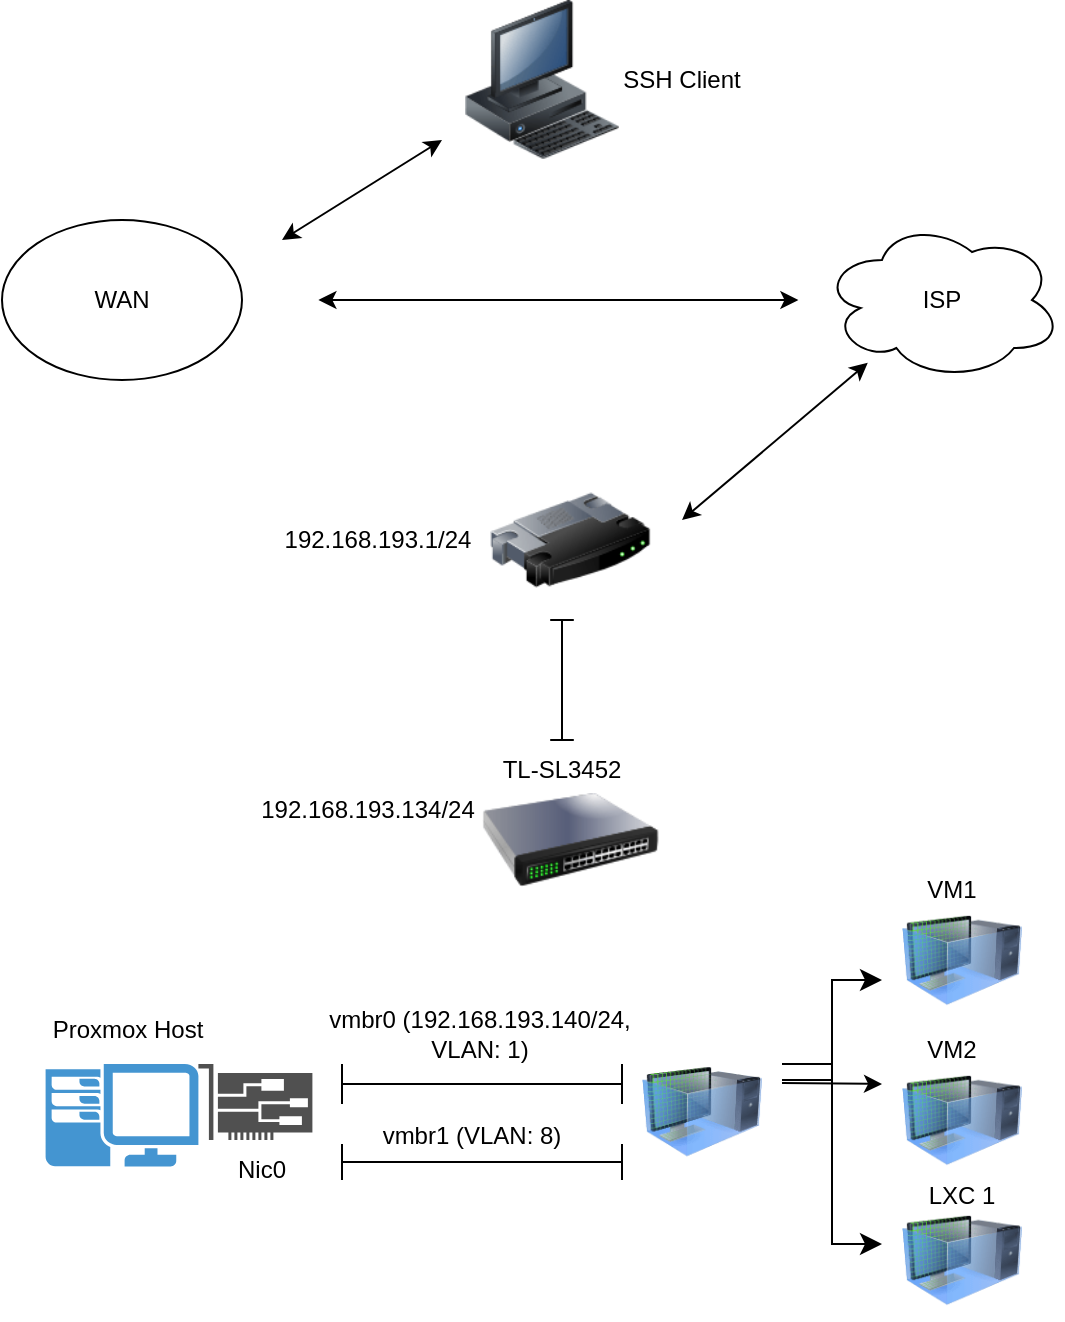
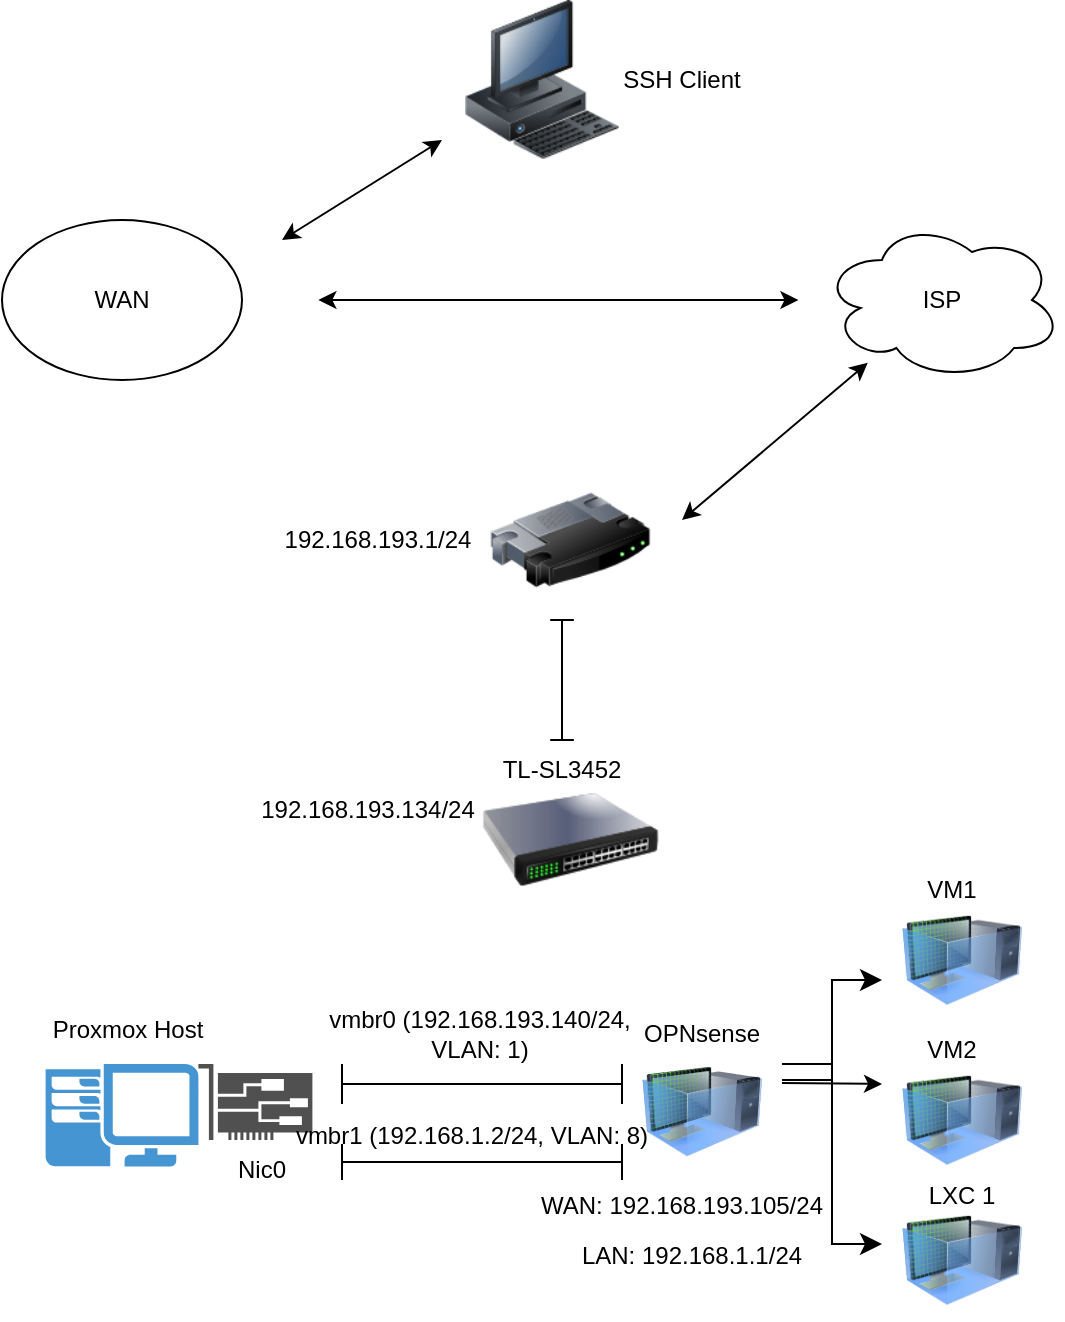
<mxfile host="app.diagrams.net">
  <diagram name="Page-1" id="zP4Ow8HyOkAsxJrq0pA5">
    <mxGraphModel dx="2054" dy="1183" grid="1" gridSize="10" guides="1" tooltips="1" connect="1" arrows="1" fold="1" page="1" pageScale="1" pageWidth="850" pageHeight="1100" math="0" shadow="0">
      <root>
        <mxCell id="0" />
        <mxCell id="1" parent="0" />
        <mxCell id="B65suDjGjgTJ9sO3S6Rg-1" parent="1" style="ellipse;whiteSpace=wrap;html=1;" value="WAN" vertex="1">
          <mxGeometry height="80" width="120" x="90" y="120" as="geometry" />
        </mxCell>
        <mxCell id="B65suDjGjgTJ9sO3S6Rg-2" parent="1" style="ellipse;shape=cloud;whiteSpace=wrap;html=1;" value="ISP" vertex="1">
          <mxGeometry height="80" width="120" x="500" y="120" as="geometry" />
        </mxCell>
        <mxCell id="B65suDjGjgTJ9sO3S6Rg-4" edge="1" parent="1" style="endArrow=classic;html=1;rounded=0;endFill=1;startArrow=classic;startFill=1;" value="">
          <mxGeometry height="50" relative="1" width="50" as="geometry">
            <mxPoint x="248.2" y="160" as="sourcePoint" />
            <mxPoint x="488.2" y="160" as="targetPoint" />
          </mxGeometry>
        </mxCell>
        <mxCell id="B65suDjGjgTJ9sO3S6Rg-5" parent="1" style="image;html=1;image=img/lib/clip_art/computers/Workstation_128x128.png" value="" vertex="1">
          <mxGeometry height="80" width="80" x="320" y="10" as="geometry" />
        </mxCell>
        <mxCell id="B65suDjGjgTJ9sO3S6Rg-6" parent="1" style="image;html=1;image=img/lib/clip_art/networking/Router_128x128.png" value="" vertex="1">
          <mxGeometry height="80" width="80" x="334.09999999999997" y="240" as="geometry" />
        </mxCell>
        <mxCell id="B65suDjGjgTJ9sO3S6Rg-7" parent="1" style="image;html=1;image=img/lib/clip_art/networking/Switch_128x128.png" value="" vertex="1">
          <mxGeometry height="80" width="88.2" x="330" y="390" as="geometry" />
        </mxCell>
        <mxCell id="B65suDjGjgTJ9sO3S6Rg-8" parent="1" style="pointerEvents=1;shadow=0;dashed=0;html=1;strokeColor=none;fillColor=#4495D1;labelPosition=center;verticalLabelPosition=bottom;verticalAlign=top;align=center;outlineConnect=0;shape=mxgraph.veeam.2d.workstation;" value="" vertex="1">
          <mxGeometry height="51.2" width="76.4" x="111.80000000000001" y="542" as="geometry" />
        </mxCell>
        <mxCell id="B65suDjGjgTJ9sO3S6Rg-9" parent="1" style="sketch=0;pointerEvents=1;shadow=0;dashed=0;html=1;strokeColor=none;fillColor=#505050;labelPosition=center;verticalLabelPosition=bottom;verticalAlign=top;outlineConnect=0;align=center;shape=mxgraph.office.devices.nic;" value="" vertex="1">
          <mxGeometry height="38" width="57" x="188.2" y="542" as="geometry" />
        </mxCell>
        <mxCell id="PM2nW5d5bkd0yUUsg2_K-1" parent="1" style="image;html=1;image=img/lib/clip_art/computers/Virtual_Machine_128x128.png" value="" vertex="1">
          <mxGeometry height="65" width="60" x="410" y="533.2" as="geometry" />
        </mxCell>
        <mxCell id="PM2nW5d5bkd0yUUsg2_K-2" parent="1" style="image;html=1;image=img/lib/clip_art/computers/Virtual_Machine_128x128.png" value="" vertex="1">
          <mxGeometry height="60" width="60" x="540" y="460" as="geometry" />
        </mxCell>
        <mxCell id="PM2nW5d5bkd0yUUsg2_K-3" parent="1" style="image;html=1;image=img/lib/clip_art/computers/Virtual_Machine_128x128.png" value="" vertex="1">
          <mxGeometry height="60" width="60" x="540" y="540" as="geometry" />
        </mxCell>
        <mxCell id="PM2nW5d5bkd0yUUsg2_K-4" parent="1" style="image;html=1;image=img/lib/clip_art/computers/Virtual_Machine_128x128.png" value="" vertex="1">
          <mxGeometry height="60" width="60" x="540" y="610" as="geometry" />
        </mxCell>
        <mxCell id="PM2nW5d5bkd0yUUsg2_K-5" parent="1" style="text;html=1;whiteSpace=wrap;strokeColor=none;fillColor=none;align=center;verticalAlign=middle;rounded=0;autosize=1;resizable=0;" value="TL-SL3452" vertex="1">
          <mxGeometry height="30" width="80" x="330" y="380" as="geometry" />
        </mxCell>
        <mxCell id="PM2nW5d5bkd0yUUsg2_K-6" parent="1" style="text;html=1;whiteSpace=wrap;strokeColor=none;fillColor=none;align=center;verticalAlign=middle;rounded=0;autosize=1;resizable=0;" value="192.168.193.134/24" vertex="1">
          <mxGeometry height="30" width="130" x="208.2" y="400" as="geometry" />
        </mxCell>
        <mxCell id="PM2nW5d5bkd0yUUsg2_K-7" parent="1" style="text;html=1;whiteSpace=wrap;strokeColor=none;fillColor=none;align=center;verticalAlign=middle;rounded=0;autosize=1;resizable=0;" value="Proxmox Host" vertex="1">
          <mxGeometry height="30" width="100" x="103.4" y="510" as="geometry" />
        </mxCell>
        <mxCell id="PM2nW5d5bkd0yUUsg2_K-8" edge="1" parent="1" style="endArrow=classic;html=1;rounded=0;endFill=1;startArrow=classic;startFill=1;" target="B65suDjGjgTJ9sO3S6Rg-2" value="">
          <mxGeometry height="50" relative="1" width="50" as="geometry">
            <mxPoint x="430" y="270" as="sourcePoint" />
            <mxPoint x="710" y="260" as="targetPoint" />
          </mxGeometry>
        </mxCell>
        <mxCell id="PM2nW5d5bkd0yUUsg2_K-9" parent="1" style="text;html=1;whiteSpace=wrap;strokeColor=none;fillColor=none;align=center;verticalAlign=middle;rounded=0;autosize=1;resizable=0;" value="192.168.193.1/24" vertex="1">
          <mxGeometry height="30" width="120" x="218.2" y="265" as="geometry" />
        </mxCell>
        <mxCell id="PM2nW5d5bkd0yUUsg2_K-10" parent="1" style="shape=crossbar;whiteSpace=wrap;html=1;rounded=1;direction=south;" value="" vertex="1">
          <mxGeometry height="60" width="11.8" x="364.09999999999997" y="320" as="geometry" />
        </mxCell>
        <mxCell id="PM2nW5d5bkd0yUUsg2_K-13" parent="1" style="shape=crossbar;whiteSpace=wrap;html=1;rounded=1;" value="" vertex="1">
          <mxGeometry height="20" width="140" x="260" y="542" as="geometry" />
        </mxCell>
        <mxCell id="PM2nW5d5bkd0yUUsg2_K-14" parent="1" style="shape=crossbar;whiteSpace=wrap;html=1;rounded=1;" value="" vertex="1">
          <mxGeometry height="18" width="140" x="260" y="582" as="geometry" />
        </mxCell>
        <mxCell id="PM2nW5d5bkd0yUUsg2_K-15" parent="1" style="text;html=1;whiteSpace=wrap;strokeColor=none;fillColor=none;align=center;verticalAlign=middle;rounded=0;autosize=1;resizable=0;" value="vmbr0 (192.168.193.140/24,&lt;br&gt;VLAN: 1)" vertex="1">
          <mxGeometry height="40" width="170" x="244.10000000000002" y="507" as="geometry" />
        </mxCell>
-         <mxCell id="PM2nW5d5bkd0yUUsg2_K-16" parent="1" style="text;html=1;whiteSpace=wrap;strokeColor=none;fillColor=none;align=center;verticalAlign=middle;rounded=0;autosize=1;resizable=0;" value="vmbr1 (VLAN: 8)" vertex="1">
-           <mxGeometry height="30" width="110" x="270.1" y="563.2" as="geometry" />
+         <mxCell id="PM2nW5d5bkd0yUUsg2_K-16" parent="1" style="text;html=1;whiteSpace=wrap;strokeColor=none;fillColor=none;align=center;verticalAlign=middle;rounded=0;autosize=1;resizable=0;" value="vmbr1 (192.168.1.2/24, VLAN: 8)" vertex="1">
+           <mxGeometry height="30" width="200" x="225.10000000000002" y="563.2" as="geometry" />
        </mxCell>
        <mxCell id="PM2nW5d5bkd0yUUsg2_K-17" parent="1" style="text;html=1;whiteSpace=wrap;strokeColor=none;fillColor=none;align=center;verticalAlign=middle;rounded=0;autosize=1;resizable=0;" value="Nic0" vertex="1">
          <mxGeometry height="30" width="50" x="195.20000000000002" y="580" as="geometry" />
        </mxCell>
        <mxCell id="PM2nW5d5bkd0yUUsg2_K-19" edge="1" parent="1" style="edgeStyle=elbowEdgeStyle;elbow=horizontal;endArrow=classic;html=1;curved=0;rounded=0;endSize=8;startSize=8;" value="">
          <mxGeometry height="50" relative="1" width="50" as="geometry">
            <Array as="points">
              <mxPoint x="505" y="542" />
            </Array>
            <mxPoint x="480" y="550" as="sourcePoint" />
            <mxPoint x="530" y="500" as="targetPoint" />
          </mxGeometry>
        </mxCell>
        <mxCell id="PM2nW5d5bkd0yUUsg2_K-21" edge="1" parent="1" style="endArrow=classic;html=1;rounded=0;" value="">
          <mxGeometry height="50" relative="1" width="50" as="geometry">
            <mxPoint x="480" y="551.5" as="sourcePoint" />
            <mxPoint x="530" y="552" as="targetPoint" />
          </mxGeometry>
        </mxCell>
        <mxCell id="PM2nW5d5bkd0yUUsg2_K-22" edge="1" parent="1" style="edgeStyle=elbowEdgeStyle;elbow=horizontal;endArrow=classic;html=1;curved=0;rounded=0;endSize=8;startSize=8;" value="">
          <mxGeometry height="50" relative="1" width="50" as="geometry">
            <Array as="points" />
            <mxPoint x="480" y="542" as="sourcePoint" />
            <mxPoint x="530" y="632" as="targetPoint" />
          </mxGeometry>
        </mxCell>
        <mxCell id="PM2nW5d5bkd0yUUsg2_K-24" parent="1" style="text;html=1;whiteSpace=wrap;strokeColor=none;fillColor=none;align=center;verticalAlign=middle;rounded=0;autosize=1;resizable=0;" value="VM1" vertex="1">
          <mxGeometry height="30" width="50" x="540" y="440" as="geometry" />
        </mxCell>
        <mxCell id="PM2nW5d5bkd0yUUsg2_K-26" parent="1" style="text;html=1;whiteSpace=wrap;strokeColor=none;fillColor=none;align=center;verticalAlign=middle;rounded=0;autosize=1;resizable=0;" value="LXC 1" vertex="1">
          <mxGeometry height="30" width="60" x="540" y="593.2" as="geometry" />
        </mxCell>
        <mxCell id="PM2nW5d5bkd0yUUsg2_K-27" parent="1" style="text;html=1;whiteSpace=wrap;strokeColor=none;fillColor=none;align=center;verticalAlign=middle;rounded=0;autosize=1;resizable=0;" value="VM2" vertex="1">
          <mxGeometry height="30" width="50" x="540" y="520" as="geometry" />
        </mxCell>
        <mxCell id="PM2nW5d5bkd0yUUsg2_K-28" parent="1" style="text;html=1;whiteSpace=wrap;strokeColor=none;fillColor=none;align=center;verticalAlign=middle;rounded=0;autosize=1;resizable=0;" value="SSH Client" vertex="1">
          <mxGeometry height="30" width="80" x="390" y="35" as="geometry" />
        </mxCell>
        <mxCell id="PM2nW5d5bkd0yUUsg2_K-30" edge="1" parent="1" style="endArrow=classic;startArrow=classic;html=1;rounded=0;" value="">
          <mxGeometry height="50" relative="1" width="50" as="geometry">
            <Array as="points" />
            <mxPoint x="230" y="130" as="sourcePoint" />
            <mxPoint x="310" y="80" as="targetPoint" />
          </mxGeometry>
        </mxCell>
+         <mxCell id="kem1zRPGPsAIqGzyxt5z-1" parent="1" style="text;html=1;whiteSpace=wrap;strokeColor=none;fillColor=none;align=center;verticalAlign=middle;rounded=0;autosize=1;resizable=0;" value="OPNsense" vertex="1">
+           <mxGeometry height="30" width="80" x="400" y="512" as="geometry" />
+         </mxCell>
+         <mxCell id="kem1zRPGPsAIqGzyxt5z-2" parent="1" style="text;html=1;whiteSpace=wrap;strokeColor=none;fillColor=none;align=center;verticalAlign=middle;rounded=0;autosize=1;resizable=0;" value="WAN: 192.168.193.105/24" vertex="1">
+           <mxGeometry height="30" width="160" x="350" y="598.2" as="geometry" />
+         </mxCell>
+         <mxCell id="kem1zRPGPsAIqGzyxt5z-3" parent="1" style="text;html=1;whiteSpace=wrap;strokeColor=none;fillColor=none;align=center;verticalAlign=middle;rounded=0;autosize=1;resizable=0;" value="LAN: 192.168.1.1/24" vertex="1">
+           <mxGeometry height="30" width="130" x="370" y="623.2" as="geometry" />
+         </mxCell>
      </root>
    </mxGraphModel>
  </diagram>
</mxfile>
